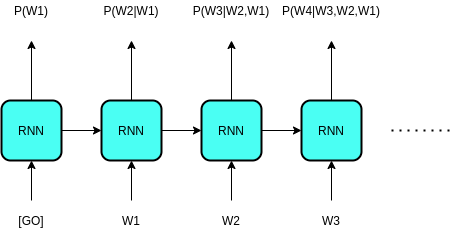
The draw.io diagram assets/images/rnn.png in text-machine-lab/blog, before a commit. Source tidied: cells renumbered, new cells last; positions are measured from the earlier drawing's top-left corner, leaving out a move shared by most shapes.
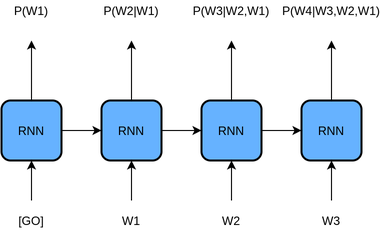
The same diagram one commit later.

Commit message:
Updated blog post to fix certain figure proportions and clearer descriptions of models.

What changed in the source:
```diff
@@ -2,7 +2,7 @@
   <root>
     <mxCell id="0" />
     <mxCell id="1" parent="0" />
-    <mxCell id="2" value="RNN" style="rounded=1;whiteSpace=wrap;html=1;strokeWidth=2;fillColor=#4AFFF3;" parent="1" vertex="1">
+    <mxCell id="2" value="RNN" style="rounded=1;whiteSpace=wrap;html=1;strokeWidth=2;fillColor=#66B2FF;" parent="1" vertex="1">
       <mxGeometry y="100" width="60" height="60" as="geometry" />
     </mxCell>
     <mxCell id="3" style="endArrow=classic;html=1;entryX=0.5;entryY=1;entryDx=0;entryDy=0;" parent="1" edge="1" target="2">
@@ -13,13 +13,13 @@
     <mxCell id="4" value="[GO]" style="text;html=1;strokeColor=none;fillColor=none;align=center;verticalAlign=middle;whiteSpace=wrap;rounded=0;" parent="1" vertex="1">
       <mxGeometry x="10" y="210" width="40" height="20" as="geometry" />
     </mxCell>
-    <mxCell id="5" value="RNN" style="rounded=1;whiteSpace=wrap;html=1;strokeWidth=2;fillColor=#4AFFF3;" parent="1" vertex="1">
+    <mxCell id="5" value="RNN" style="rounded=1;whiteSpace=wrap;html=1;strokeWidth=2;fillColor=#66B2FF;" parent="1" vertex="1">
       <mxGeometry x="100" y="100" width="60" height="60" as="geometry" />
     </mxCell>
-    <mxCell id="6" value="RNN" style="rounded=1;whiteSpace=wrap;html=1;strokeWidth=2;fillColor=#4AFFF3;" parent="1" vertex="1">
+    <mxCell id="6" value="RNN" style="rounded=1;whiteSpace=wrap;html=1;strokeWidth=2;fillColor=#66B2FF;" parent="1" vertex="1">
       <mxGeometry x="200" y="100" width="60" height="60" as="geometry" />
     </mxCell>
-    <mxCell id="7" value="RNN" style="rounded=1;whiteSpace=wrap;html=1;strokeWidth=2;fillColor=#4AFFF3;" parent="1" vertex="1">
+    <mxCell id="7" value="RNN" style="rounded=1;whiteSpace=wrap;html=1;strokeWidth=2;fillColor=#66B2FF;" parent="1" vertex="1">
       <mxGeometry x="300" y="100" width="60" height="60" as="geometry" />
     </mxCell>
     <mxCell id="8" style="endArrow=classic;html=1;exitX=0.5;exitY=0;exitDx=0;exitDy=0;" parent="1" edge="1" source="2">
@@ -87,11 +87,5 @@
     <mxCell id="24" style="endArrow=classic;html=1;entryX=0;entryY=0.5;entryDx=0;entryDy=0;exitX=1;exitY=0.5;exitDx=0;exitDy=0;" parent="1" edge="1" source="6" target="7">
       <mxGeometry relative="1" as="geometry" />
     </mxCell>
-    <mxCell id="25" style="endArrow=none;dashed=1;html=1;dashPattern=1 3;strokeWidth=2;" parent="1" edge="1">
-      <mxGeometry relative="1" as="geometry">
-        <mxPoint x="390" y="130" as="sourcePoint" />
-        <mxPoint x="450" y="130" as="targetPoint" />
-      </mxGeometry>
-    </mxCell>
   </root>
 </mxGraphModel>
```
